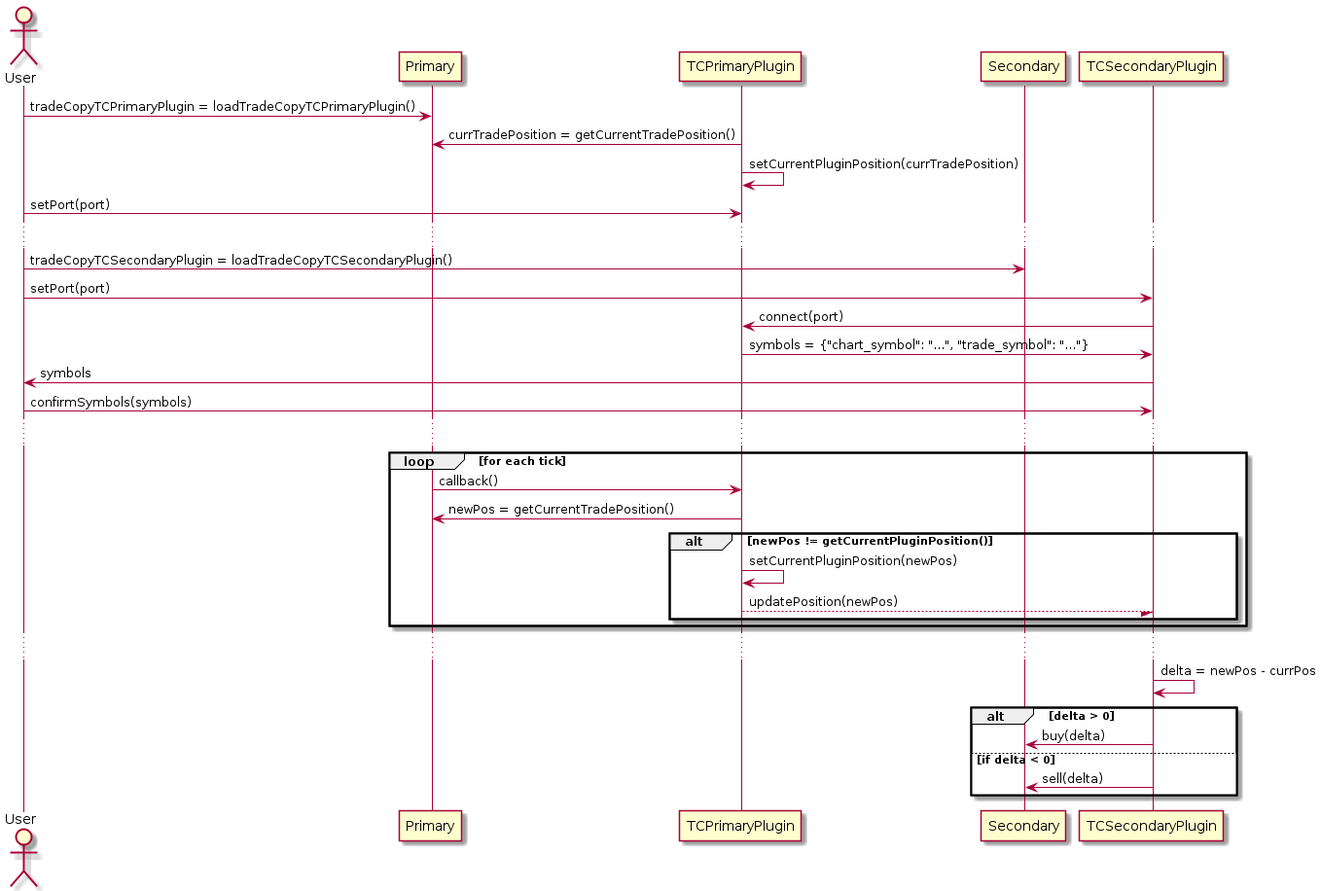
This is dev/sequence.png from sohailsomani/sc_position_copy, a PlantUML export, as it was before one commit.
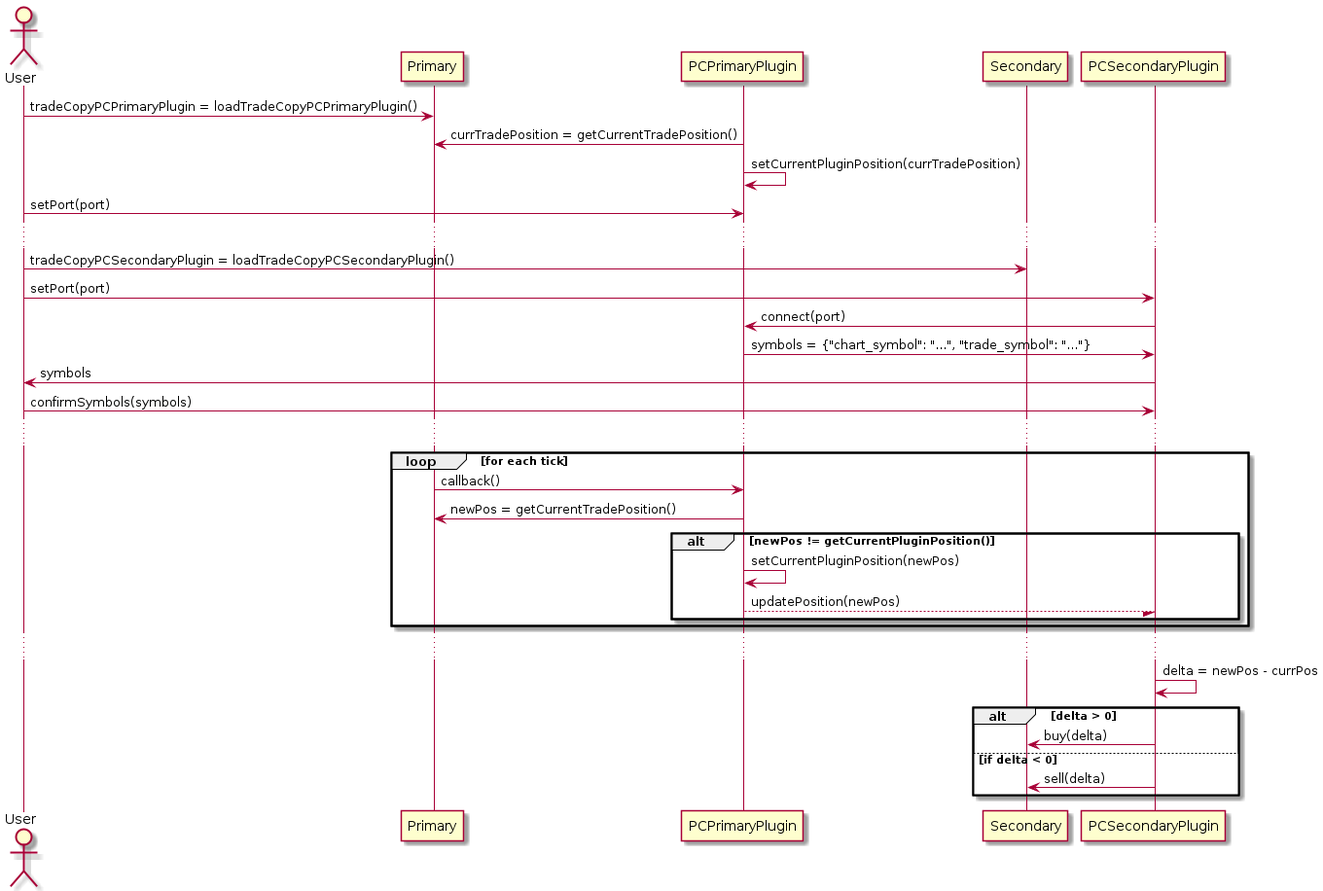
After the change.

What changed in the source:
```diff
@@ -2,35 +2,35 @@
 
 actor User
 participant Primary
-participant TCPrimaryPlugin
+participant PCPrimaryPlugin
 participant Secondary
-participant TCSecondaryPlugin
+participant PCSecondaryPlugin
 
-User -> Primary: tradeCopyTCPrimaryPlugin = loadTradeCopyTCPrimaryPlugin()
-TCPrimaryPlugin -> Primary: currTradePosition = getCurrentTradePosition()
-TCPrimaryPlugin -> TCPrimaryPlugin: setCurrentPluginPosition(currTradePosition)
-User -> TCPrimaryPlugin: setPort(port)
+User -> Primary: tradeCopyPCPrimaryPlugin = loadTradeCopyPCPrimaryPlugin()
+PCPrimaryPlugin -> Primary: currTradePosition = getCurrentTradePosition()
+PCPrimaryPlugin -> PCPrimaryPlugin: setCurrentPluginPosition(currTradePosition)
+User -> PCPrimaryPlugin: setPort(port)
 ...
-User -> Secondary: tradeCopyTCSecondaryPlugin = loadTradeCopyTCSecondaryPlugin()
-User -> TCSecondaryPlugin: setPort(port)
-TCSecondaryPlugin -> TCPrimaryPlugin: connect(port)
-TCPrimaryPlugin -> TCSecondaryPlugin: symbols = {"chart_symbol": "...", "trade_symbol": "..."}
-TCSecondaryPlugin -> User: symbols
-User -> TCSecondaryPlugin: confirmSymbols(symbols)
+User -> Secondary: tradeCopyPCSecondaryPlugin = loadTradeCopyPCSecondaryPlugin()
+User -> PCSecondaryPlugin: setPort(port)
+PCSecondaryPlugin -> PCPrimaryPlugin: connect(port)
+PCPrimaryPlugin -> PCSecondaryPlugin: symbols = {"chart_symbol": "...", "trade_symbol": "..."}
+PCSecondaryPlugin -> User: symbols
+User -> PCSecondaryPlugin: confirmSymbols(symbols)
 ...
 loop for each tick
-Primary -> TCPrimaryPlugin: callback()
-TCPrimaryPlugin -> Primary: newPos = getCurrentTradePosition()
+Primary -> PCPrimaryPlugin: callback()
+PCPrimaryPlugin -> Primary: newPos = getCurrentTradePosition()
 alt newPos != getCurrentPluginPosition()
-  TCPrimaryPlugin -> TCPrimaryPlugin: setCurrentPluginPosition(newPos)
-  TCPrimaryPlugin --/ TCSecondaryPlugin: updatePosition(newPos)
+  PCPrimaryPlugin -> PCPrimaryPlugin: setCurrentPluginPosition(newPos)
+  PCPrimaryPlugin --/ PCSecondaryPlugin: updatePosition(newPos)
 end
 end
 ...
-TCSecondaryPlugin -> TCSecondaryPlugin: delta = newPos - currPos
+PCSecondaryPlugin -> PCSecondaryPlugin: delta = newPos - currPos
 alt delta > 0
-  TCSecondaryPlugin -> Secondary: buy(delta)
+  PCSecondaryPlugin -> Secondary: buy(delta)
 else if delta < 0
-  TCSecondaryPlugin -> Secondary: sell(delta)
+  PCSecondaryPlugin -> Secondary: sell(delta)
 end
 @enduml
```
